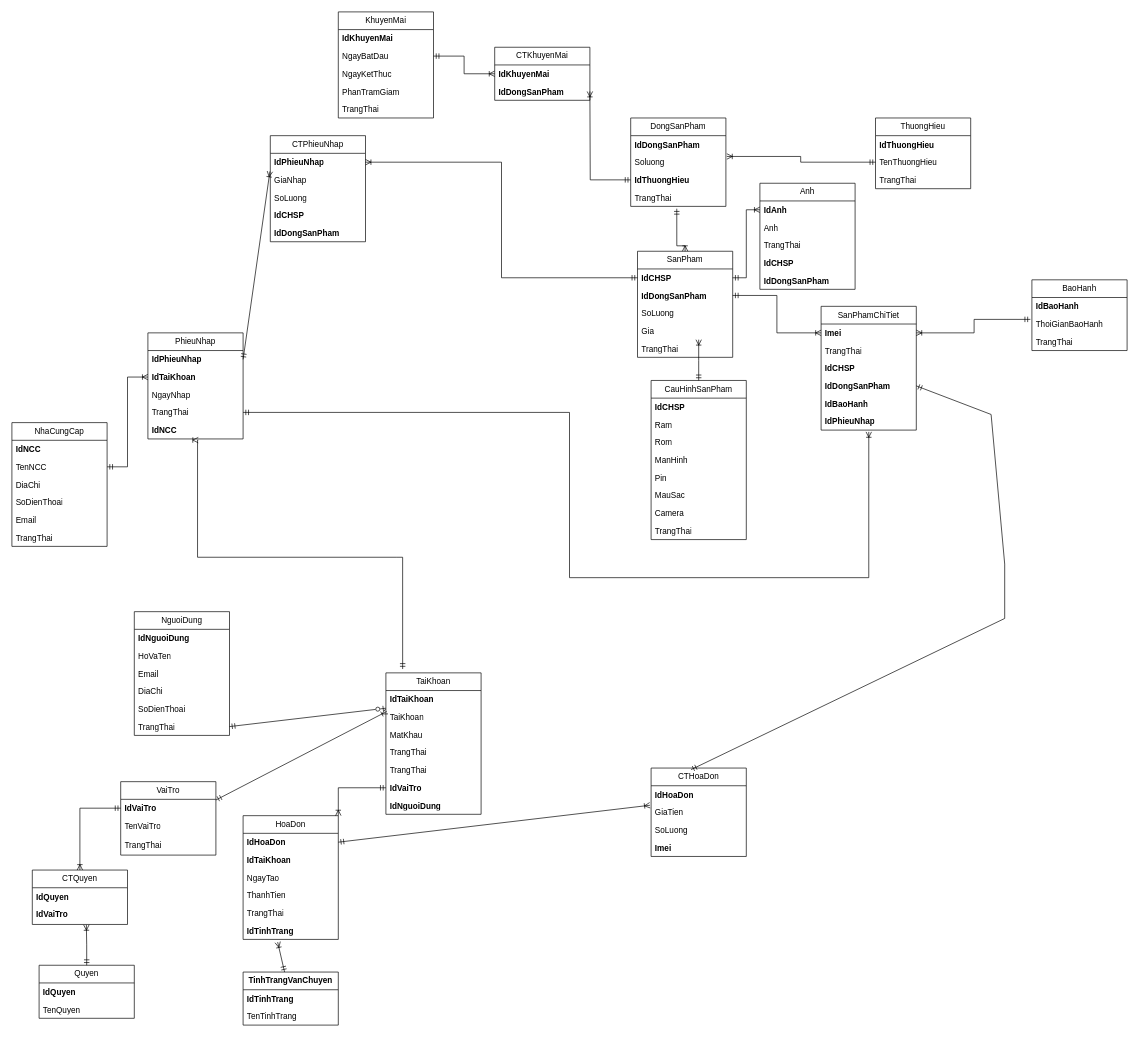
This is erd/CSDL.drawio from DBPCod/Web-NangCao, a draw.io file, before an edit. Source tidied: cells renumbered, new cells numbered last; positions are measured from the earlier drawing's top-left corner, leaving out a move shared by most shapes. Both pictures are drawn from the tidied source at 68%, with x=0, y=0 at pixel (12, 12).
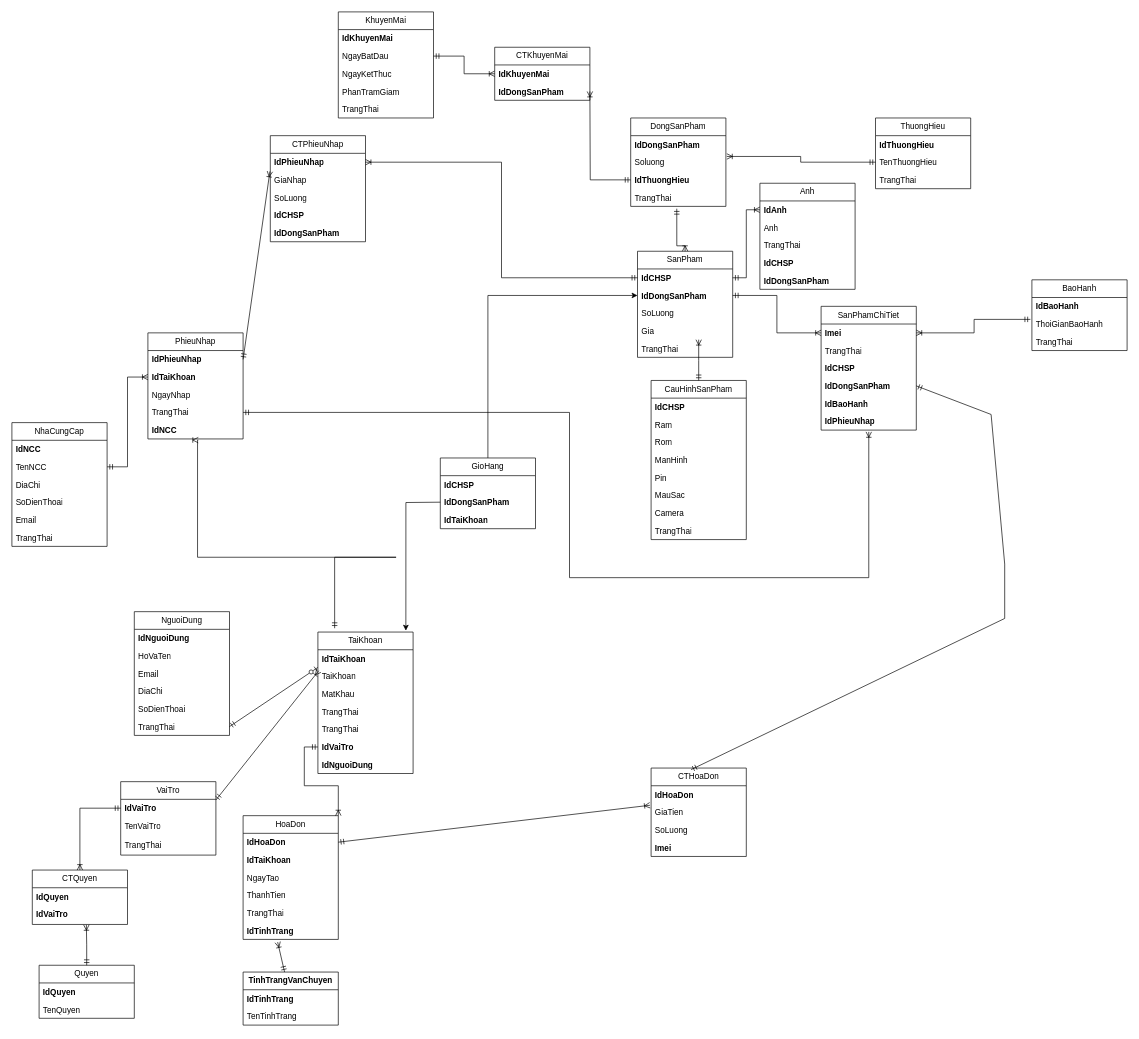
The same diagram, later.

The change refers to these unchanged cells:
```xml
<mxCell id="108" value="IdDongSanPham" style="text;strokeColor=none;fillColor=none;align=left;verticalAlign=top;spacingLeft=4;spacingRight=4;overflow=hidden;points=[[0,0.5],[1,0.5]];portConstraint=eastwest;whiteSpace=wrap;html=1;fontStyle=1;" parent="106" vertex="1">
  <mxGeometry y="52" width="140" height="26" as="geometry" />
</mxCell>
```

Diff of the diagram source:
```diff
@@
     <mxCell id="2" value="TaiKhoan" style="swimlane;fontStyle=0;horizontal=1;startSize=26;fillColor=none;whiteSpace=wrap;html=1;" parent="1" vertex="1">
-      <mxGeometry x="550" y="972" width="140" height="208" as="geometry" />
+      <mxGeometry x="450" y="912" width="140" height="208" as="geometry" />
     </mxCell>
@@
+    <mxCell id="132" style="edgeStyle=orthogonalEdgeStyle;rounded=0;jettySize=auto;html=1;exitX=0.5;exitY=0;exitDx=0;exitDy=0;entryX=0;entryY=0.5;entryDx=0;entryDy=0;" parent="1" edge="1" source="133" target="108">
+      <mxGeometry relative="1" as="geometry" />
+    </mxCell>
+    <mxCell id="133" value="GioHang" style="swimlane;fontStyle=0;horizontal=1;startSize=26;fillColor=none;whiteSpace=wrap;html=1;" parent="1" vertex="1">
+      <mxGeometry x="630" y="656" width="140" height="104" as="geometry" />
+    </mxCell>
+    <mxCell id="134" value="&lt;span style=&quot;font-weight: 700;&quot;&gt;IdCHSP&lt;/span&gt;" style="text;strokeColor=none;fillColor=none;align=left;verticalAlign=top;spacingLeft=4;spacingRight=4;overflow=hidden;whiteSpace=wrap;html=1;fontStyle=0;" parent="133" vertex="1">
+      <mxGeometry y="26" width="140" height="26" as="geometry" />
+    </mxCell>
+    <mxCell id="135" value="IdDongSanPham" style="text;strokeColor=none;fillColor=none;align=left;verticalAlign=top;spacingLeft=4;spacingRight=4;overflow=hidden;whiteSpace=wrap;html=1;fontStyle=1;" parent="133" vertex="1">
+      <mxGeometry y="52" width="140" height="26" as="geometry" />
+    </mxCell>
+    <mxCell id="136" value="IdTaiKhoan" style="text;strokeColor=none;fillColor=none;align=left;verticalAlign=top;spacingLeft=4;spacingRight=4;overflow=hidden;whiteSpace=wrap;html=1;fontStyle=1;" parent="133" vertex="1">
+      <mxGeometry y="78" width="140" height="26" as="geometry" />
+    </mxCell>
+    <mxCell id="137" style="edgeStyle=orthogonalEdgeStyle;rounded=0;jettySize=auto;html=1;exitX=0;exitY=0.5;exitDx=0;exitDy=0;entryX=0.924;entryY=-0.01;entryDx=0;entryDy=0;entryPerimeter=0;" parent="1" edge="1" target="2">
+      <mxGeometry relative="1" as="geometry">
+        <mxPoint x="630" y="721" as="sourcePoint" />
+      </mxGeometry>
+    </mxCell>
```
